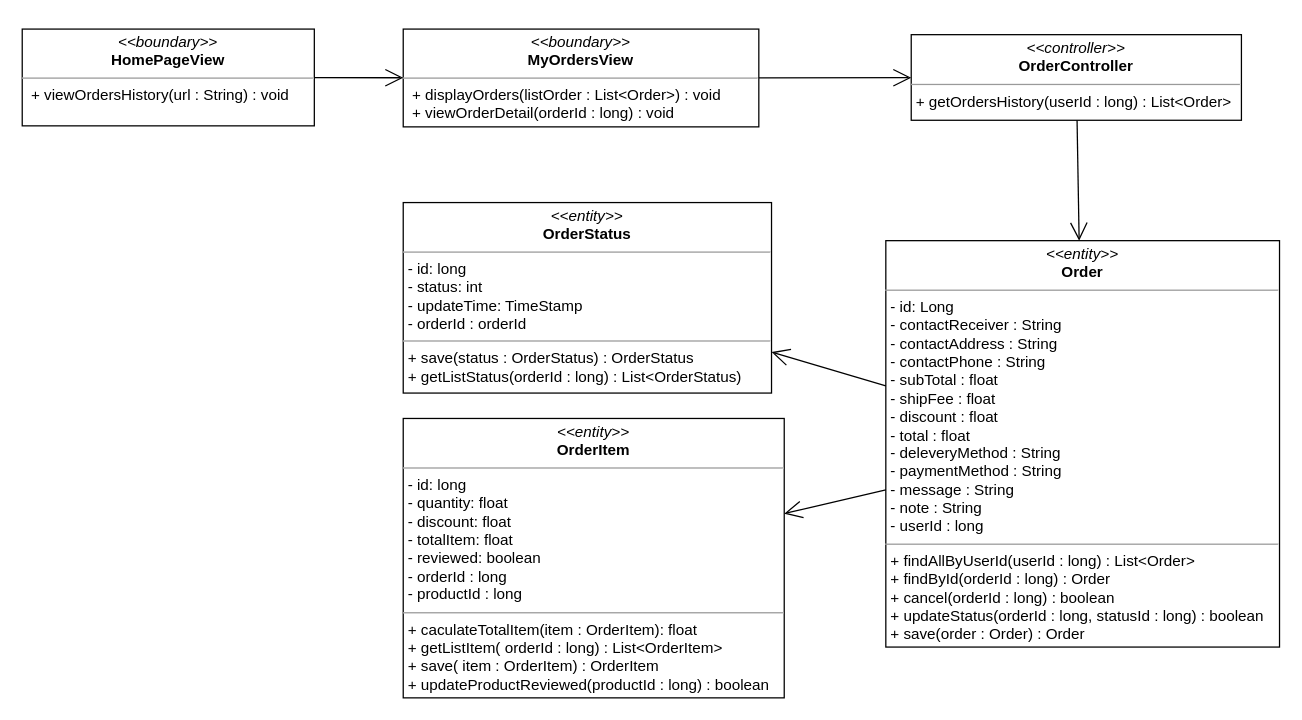
The draw.io diagram class diagram/get-list-order-history-class-diagram.drawio in nguyenphamvan/datn_20202, before the edit. Source tidied: cells renumbered, new cells numbered last; positions are measured from the earlier drawing's top-left corner, leaving out a move shared by most shapes. Both pictures are drawn from the tidied source at 127%, with x=0, y=0 at pixel (22, 28).
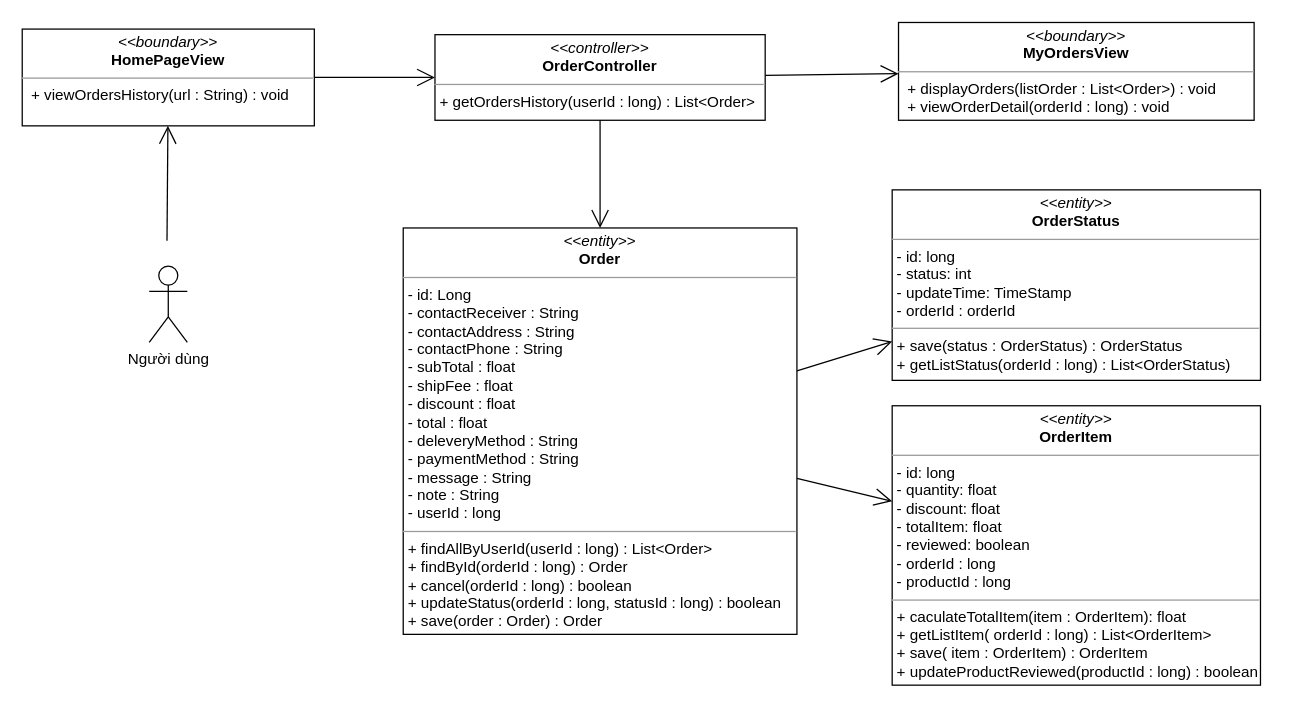
The same diagram, later.

What changed in the source:
```diff
@@
 <mxGraphModel>
   <root>
     <mxCell id="0" />
     <mxCell id="1" parent="0" />
     <mxCell id="2" value="&lt;p style=&quot;margin: 0px ; margin-top: 4px ; text-align: center&quot;&gt;&lt;i&gt;&amp;lt;&amp;lt;boundary&amp;gt;&amp;gt;&lt;/i&gt;&lt;br&gt;&lt;b&gt;MyOrdersView&lt;/b&gt;&lt;/p&gt;&lt;hr size=&quot;1&quot;&gt;&lt;p style=&quot;margin: 0px ; margin-left: 4px&quot;&gt;&lt;span&gt;&amp;nbsp;&lt;/span&gt;&lt;span&gt;+ displayOrders(listOrder : List&amp;lt;Order&amp;gt;) : void&lt;/span&gt;&lt;/p&gt;&lt;p style=&quot;margin: 0px ; margin-left: 4px&quot;&gt;&lt;span&gt;&amp;nbsp;+ viewOrderDetail(orderId : long) : void&lt;/span&gt;&lt;/p&gt;&lt;p style=&quot;margin: 0px ; margin-left: 4px&quot;&gt;&lt;span&gt;&lt;br&gt;&lt;/span&gt;&lt;/p&gt;" style="verticalAlign=top;align=left;overflow=fill;fontSize=12;fontFamily=Helvetica;html=1;" parent="1" vertex="1">
-      <mxGeometry x="300" y="0.4" width="280" height="77" as="geometry" />
+      <mxGeometry x="690" y="-4.8" width="280" height="77" as="geometry" />
     </mxCell>
-    <mxCell id="3" style="endArrow=open;endFill=1;endSize=12;html=1;exitX=1;exitY=0.5;exitDx=0;exitDy=0;" parent="1" edge="1" source="2" target="4">
+    <mxCell id="3" style="endArrow=open;endFill=1;endSize=12;html=1;" parent="1" edge="1" source="4" target="2">
       <mxGeometry relative="1" as="geometry" />
     </mxCell>
     <mxCell id="4" value="&lt;p style=&quot;margin: 0px ; margin-top: 4px ; text-align: center&quot;&gt;&lt;i&gt;&amp;lt;&amp;lt;controller&amp;gt;&amp;gt;&lt;/i&gt;&lt;br&gt;&lt;b&gt;OrderController&lt;/b&gt;&lt;br&gt;&lt;/p&gt;&lt;hr size=&quot;1&quot;&gt;&lt;p style=&quot;margin: 0px ; margin-left: 4px&quot;&gt;&lt;/p&gt;&lt;p style=&quot;margin: 0px ; margin-left: 4px&quot;&gt;+ getOrdersHistory(userId : long) : List&amp;lt;Order&amp;gt;&lt;br&gt;&lt;/p&gt;" style="verticalAlign=top;align=left;overflow=fill;fontSize=12;fontFamily=Helvetica;html=1;" parent="1" vertex="1">
-      <mxGeometry x="700" y="4.8" width="260" height="67.4" as="geometry" />
+      <mxGeometry x="325" y="4.8" width="260" height="67.4" as="geometry" />
     </mxCell>
     <mxCell id="5" style="endArrow=open;endFill=1;endSize=12;html=1;" parent="1" edge="1" source="4" target="8">
       <mxGeometry relative="1" as="geometry" />
     </mxCell>
     <mxCell id="6" value="&lt;p style=&quot;margin: 0px ; margin-top: 4px ; text-align: center&quot;&gt;&lt;i&gt;&amp;lt;&amp;lt;entity&amp;gt;&amp;gt;&lt;/i&gt;&lt;br&gt;&lt;b&gt;OrderItem&lt;/b&gt;&lt;/p&gt;&lt;hr size=&quot;1&quot;&gt;&lt;p style=&quot;margin: 0px ; margin-left: 4px&quot;&gt;- id: long&lt;/p&gt;&lt;p style=&quot;margin: 0px ; margin-left: 4px&quot;&gt;- quantity: float&lt;br&gt;- discount: float&lt;/p&gt;&lt;p style=&quot;margin: 0px ; margin-left: 4px&quot;&gt;- totalItem: float&lt;/p&gt;&lt;p style=&quot;margin: 0px ; margin-left: 4px&quot;&gt;- reviewed: boolean&lt;/p&gt;&lt;p style=&quot;margin: 0px ; margin-left: 4px&quot;&gt;- orderId : long&lt;/p&gt;&lt;p style=&quot;margin: 0px ; margin-left: 4px&quot;&gt;- productId : long&lt;/p&gt;&lt;hr size=&quot;1&quot;&gt;&lt;p style=&quot;margin: 0px 0px 0px 4px&quot;&gt;+ caculateTotalItem(item : OrderItem): float&lt;br&gt;&lt;/p&gt;&lt;p style=&quot;margin: 0px 0px 0px 4px&quot;&gt;+ getListItem( orderId : long) : List&amp;lt;OrderItem&amp;gt;&lt;br&gt;&lt;/p&gt;&lt;p style=&quot;margin: 0px 0px 0px 4px&quot;&gt;+ save( item : OrderItem) : OrderItem&lt;/p&gt;&lt;p style=&quot;margin: 0px 0px 0px 4px&quot;&gt;+ updateProductReviewed(productId : long) : boolean&lt;/p&gt;" style="verticalAlign=top;align=left;overflow=fill;fontSize=12;fontFamily=Helvetica;html=1;" parent="1" vertex="1">
-      <mxGeometry x="300" y="307" width="300" height="220" as="geometry" />
+      <mxGeometry x="685" y="297" width="290" height="220" as="geometry" />
     </mxCell>
     <mxCell id="7" value="&lt;p style=&quot;margin: 0px ; margin-top: 4px ; text-align: center&quot;&gt;&lt;i&gt;&amp;lt;&amp;lt;entity&amp;gt;&amp;gt;&lt;/i&gt;&lt;br&gt;&lt;b&gt;OrderStatus&lt;/b&gt;&lt;/p&gt;&lt;hr size=&quot;1&quot;&gt;&lt;p style=&quot;margin: 0px ; margin-left: 4px&quot;&gt;- id: long&lt;/p&gt;&lt;p style=&quot;margin: 0px ; margin-left: 4px&quot;&gt;- status: int&lt;br&gt;- updateTime: TimeStamp&lt;/p&gt;&lt;p style=&quot;margin: 0px ; margin-left: 4px&quot;&gt;- orderId : orderId&lt;/p&gt;&lt;hr size=&quot;1&quot;&gt;&lt;p style=&quot;margin: 0px 0px 0px 4px&quot;&gt;+ save(status : OrderStatus) : OrderStatus&lt;/p&gt;&lt;p style=&quot;margin: 0px 0px 0px 4px&quot;&gt;+ getListStatus(orderId : long) : List&amp;lt;OrderStatus)&lt;/p&gt;" style="verticalAlign=top;align=left;overflow=fill;fontSize=12;fontFamily=Helvetica;html=1;" parent="1" vertex="1">
-      <mxGeometry x="300" y="137" width="290" height="150" as="geometry" />
+      <mxGeometry x="685" y="127" width="290" height="150" as="geometry" />
     </mxCell>
     <mxCell id="8" value="&lt;p style=&quot;margin: 0px ; margin-top: 4px ; text-align: center&quot;&gt;&lt;i&gt;&amp;lt;&amp;lt;entity&amp;gt;&amp;gt;&lt;/i&gt;&lt;br&gt;&lt;b&gt;Order&lt;/b&gt;&lt;/p&gt;&lt;hr size=&quot;1&quot;&gt;&lt;p style=&quot;margin: 0px ; margin-left: 4px&quot;&gt;- id: Long&lt;/p&gt;&lt;p style=&quot;margin: 0px 0px 0px 4px&quot;&gt;- contactReceiver : String&lt;/p&gt;&lt;p style=&quot;margin: 0px 0px 0px 4px&quot;&gt;- contactAddress : String&lt;/p&gt;&lt;p style=&quot;margin: 0px 0px 0px 4px&quot;&gt;- contactPhone : String&lt;/p&gt;&lt;p style=&quot;margin: 0px 0px 0px 4px&quot;&gt;- subTotal : float&lt;/p&gt;&lt;p style=&quot;margin: 0px 0px 0px 4px&quot;&gt;- shipFee : float&lt;/p&gt;&lt;p style=&quot;margin: 0px 0px 0px 4px&quot;&gt;- discount : float&lt;/p&gt;&lt;p style=&quot;margin: 0px 0px 0px 4px&quot;&gt;- total : float&lt;/p&gt;&lt;p style=&quot;margin: 0px 0px 0px 4px&quot;&gt;- deleveryMethod : String&lt;/p&gt;&lt;p style=&quot;margin: 0px 0px 0px 4px&quot;&gt;- paymentMethod : String&lt;/p&gt;&lt;p style=&quot;margin: 0px 0px 0px 4px&quot;&gt;- message : String&lt;/p&gt;&lt;p style=&quot;margin: 0px 0px 0px 4px&quot;&gt;- note : String&lt;/p&gt;&lt;p style=&quot;margin: 0px 0px 0px 4px&quot;&gt;- userId : long&lt;/p&gt;&lt;hr size=&quot;1&quot;&gt;&lt;p style=&quot;margin: 0px ; margin-left: 4px&quot;&gt;+ findAllByUserId(userId : long) : List&amp;lt;Order&amp;gt;&lt;/p&gt;&lt;p style=&quot;margin: 0px ; margin-left: 4px&quot;&gt;+ findById(orderId : long) : Order&lt;br&gt;&lt;/p&gt;&lt;p style=&quot;margin: 0px ; margin-left: 4px&quot;&gt;+ cancel(orderId : long) : boolean&lt;br&gt;&lt;/p&gt;&lt;p style=&quot;margin: 0px ; margin-left: 4px&quot;&gt;+ updateStatus(orderId : long, statusId : long) : boolean&lt;/p&gt;&lt;p style=&quot;margin: 0px ; margin-left: 4px&quot;&gt;+ save(order : Order) : Order&lt;/p&gt;" style="verticalAlign=top;align=left;overflow=fill;fontSize=12;fontFamily=Helvetica;html=1;" parent="1" vertex="1">
-      <mxGeometry x="680" y="167" width="310" height="320" as="geometry" />
+      <mxGeometry x="300" y="157" width="310" height="320" as="geometry" />
     </mxCell>
     <mxCell id="9" value="&lt;p style=&quot;margin: 0px ; margin-top: 4px ; text-align: center&quot;&gt;&lt;i&gt;&amp;lt;&amp;lt;boundary&amp;gt;&amp;gt;&lt;/i&gt;&lt;br&gt;&lt;b&gt;HomePageView&lt;/b&gt;&lt;/p&gt;&lt;hr size=&quot;1&quot;&gt;&lt;p style=&quot;margin: 0px ; margin-left: 4px&quot;&gt;&lt;span&gt;&amp;nbsp;&lt;/span&gt;&lt;span&gt;+ viewOrdersHistory(url : String) : void&lt;/span&gt;&lt;/p&gt;" style="verticalAlign=top;align=left;overflow=fill;fontSize=12;fontFamily=Helvetica;html=1;" parent="1" vertex="1">
       <mxGeometry y="0.4" width="230" height="76.2" as="geometry" />
     </mxCell>
-    <mxCell id="10" style="endArrow=open;endFill=1;endSize=12;html=1;" parent="1" edge="1" source="9" target="2">
+    <mxCell id="10" style="endArrow=open;endFill=1;endSize=12;html=1;" parent="1" edge="1" source="9" target="4">
       <mxGeometry relative="1" as="geometry" />
     </mxCell>
     <mxCell id="11" style="endArrow=open;endFill=1;endSize=12;html=1;" parent="1" edge="1" source="8" target="7">
       <mxGeometry relative="1" as="geometry" />
     </mxCell>
     <mxCell id="12" style="endArrow=open;endFill=1;endSize=12;html=1;" parent="1" edge="1" source="8" target="6">
       <mxGeometry relative="1" as="geometry" />
     </mxCell>
+    <mxCell id="13" value="Người dùng" style="shape=umlActor;verticalLabelPosition=bottom;verticalAlign=top;html=1;" parent="1" vertex="1">
+      <mxGeometry x="100" y="187" width="30" height="60" as="geometry" />
+    </mxCell>
+    <mxCell id="14" style="endArrow=open;endFill=1;endSize=12;html=1;" parent="1" edge="1" target="9">
+      <mxGeometry relative="1" as="geometry">
+        <mxPoint x="114" y="167" as="sourcePoint" />
+      </mxGeometry>
+    </mxCell>
   </root>
 </mxGraphModel>
```
